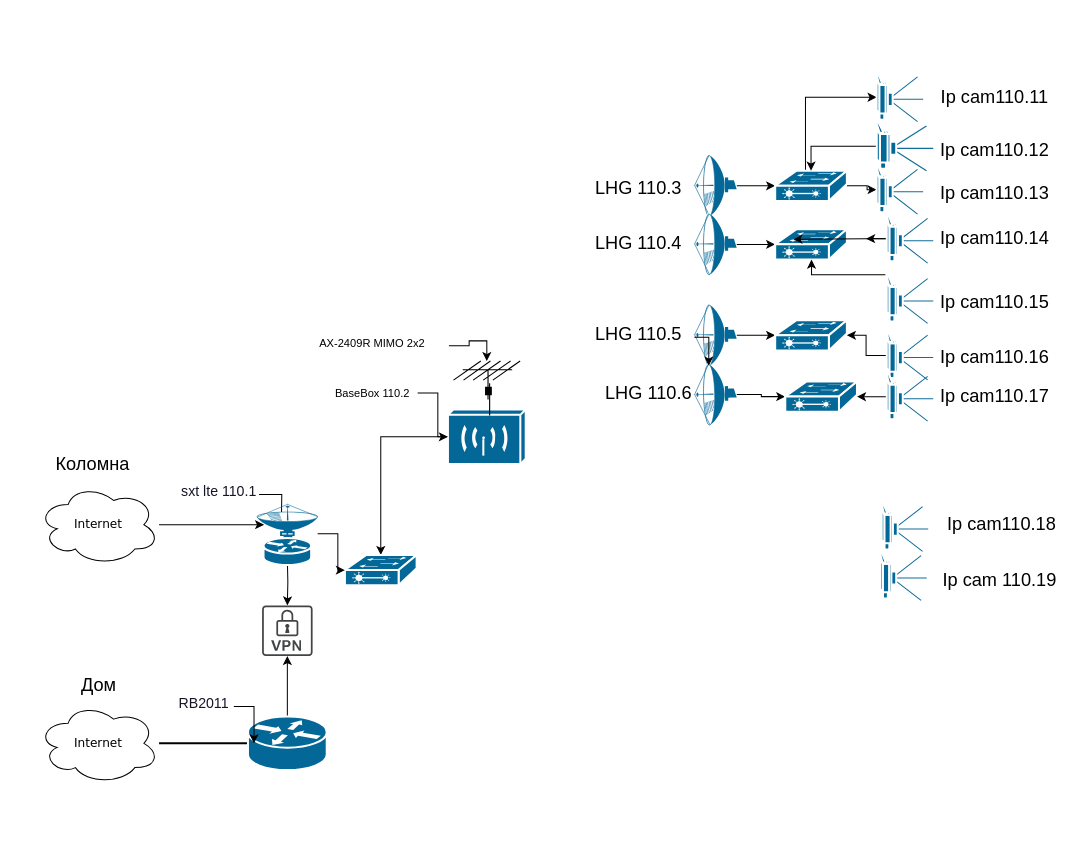
Above: sysadmin-08-net/Диаграмма без названия.drawio in khrom1/devops-netology (draw.io), before the change. Source tidied: cells renumbered, new cells numbered last; positions are measured from the earlier drawing's top-left corner, leaving out a move shared by most shapes. Both pictures are drawn from the tidied source at 101%, with x=0, y=0 at pixel (37, 72).
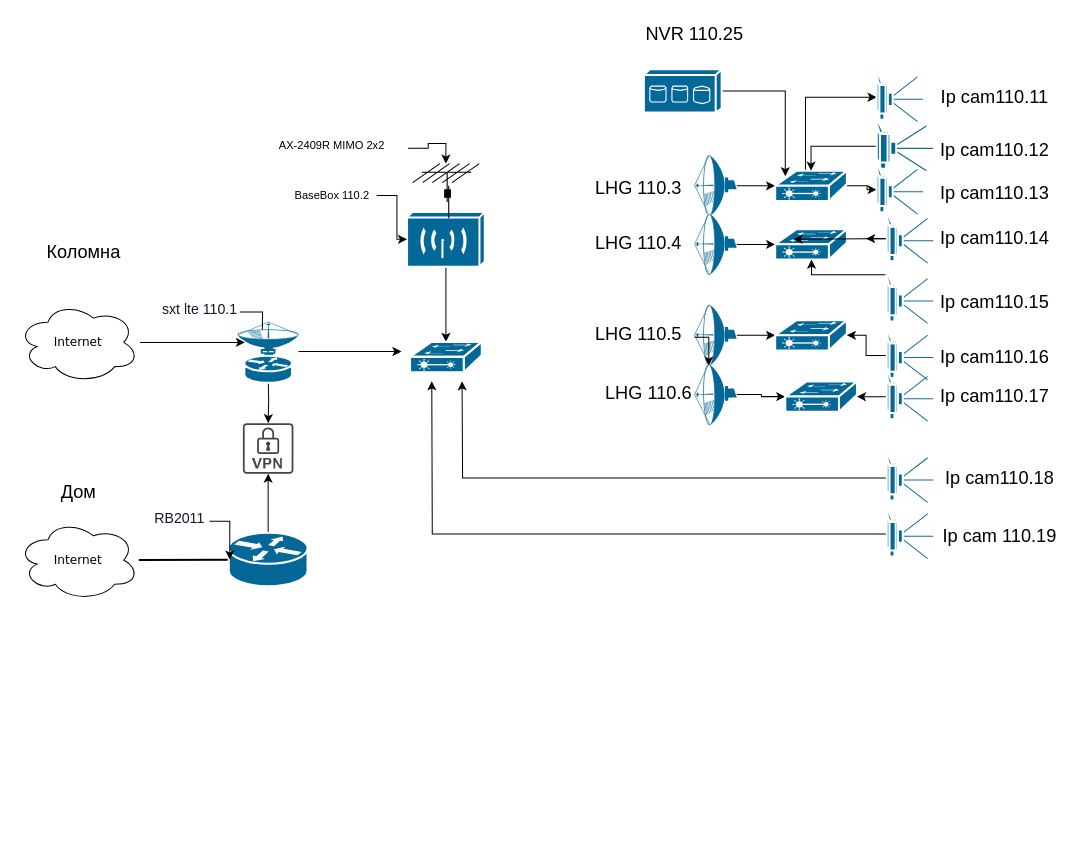
After the change.

Unchanged cells that the change refers to:
```xml
<mxCell id="38" style="shape=mxgraph.cisco.switches.layer_2_remote_switch;sketch=0;html=1;dashed=0;fillColor=#036897;strokeColor=#ffffff;strokeWidth=2;verticalLabelPosition=bottom;verticalAlign=top;align=center;outlineConnect=0;fontFamily=Helvetica;fontSize=11;fontColor=#000000;" parent="1" vertex="1">
  <mxGeometry x="730" y="97.5" width="71" height="30" as="geometry" />
</mxCell>
```

Change to the diagram source:
```diff
@@
     <mxCell id="2" value="Internet" style="ellipse;shape=cloud;whiteSpace=wrap;html=1;rounded=0;shadow=0;comic=0;strokeWidth=1;fontFamily=Verdana;fontSize=12;" parent="1" vertex="1">
-      <mxGeometry y="624.5" width="120" height="80" as="geometry" />
+      <mxGeometry x="-20" y="443" width="120" height="80" as="geometry" />
     </mxCell>
@@
     <mxCell id="5" value="&lt;p&gt;&lt;br&gt;&lt;/p&gt;&lt;p&gt;&lt;br&gt;&lt;/p&gt;" style="shape=mxgraph.cisco.routers.router;html=1;dashed=0;fillColor=#036897;strokeColor=#ffffff;strokeWidth=2;verticalLabelPosition=bottom;verticalAlign=top;rounded=0;shadow=0;comic=0;fontFamily=Verdana;fontSize=12;" parent="1" vertex="1">
-      <mxGeometry x="208" y="638" width="78" height="53" as="geometry" />
+      <mxGeometry x="189" y="456" width="78" height="53" as="geometry" />
     </mxCell>
@@
     <mxCell id="7" value="&lt;h1 class=&quot;Heading Heading_level_1 ProductHeader__title&quot; style=&quot;margin: 0px 0px 10px ; padding: 0px ; border: 0px ; outline: 0px ; font-weight: 400 ; font-family: &amp;#34;ptrootuiwebregular&amp;#34; ; line-height: 40px ; word-break: break-word ; color: rgb(21 , 21 , 40) ; background-color: rgb(255 , 255 , 255)&quot;&gt;&lt;font style=&quot;font-size: 14px&quot;&gt;RB2011&lt;/font&gt;&lt;/h1&gt;" style="text;html=1;align=center;verticalAlign=middle;points=[];strokeColor=none;fillColor=none;" parent="1" vertex="1">
-      <mxGeometry x="134" y="598" width="60" height="60" as="geometry" />
+      <mxGeometry x="110" y="414.5" width="60" height="60" as="geometry" />
     </mxCell>
     <mxCell id="8" style="sketch=0;shadow=0;dashed=0;html=1;strokeColor=none;fillColor=#434445;labelPosition=center;verticalLabelPosition=bottom;verticalAlign=top;align=center;outlineConnect=0;shape=mxgraph.vvd.vpn;fontSize=14;" parent="1" vertex="1">
-      <mxGeometry x="222" y="528" width="50" height="50" as="geometry" />
+      <mxGeometry x="203" y="347.5" width="50" height="50" as="geometry" />
     </mxCell>
     <mxCell id="9" style="edgeStyle=orthogonalEdgeStyle;rounded=0;jettySize=auto;html=1;fontSize=14;" parent="1" edge="1" target="8">
       <mxGeometry relative="1" as="geometry">
-        <mxPoint x="247" y="481" as="sourcePoint" />
+        <mxPoint x="228" y="300.5" as="sourcePoint" />
       </mxGeometry>
     </mxCell>
     <mxCell id="10" style="edgeStyle=orthogonalEdgeStyle;rounded=0;jettySize=auto;html=1;fontSize=14;entryX=0.423;entryY=0.453;entryDx=0;entryDy=0;entryPerimeter=0;" parent="1" edge="1" source="11">
       <mxGeometry relative="1" as="geometry">
-        <mxPoint x="241" y="452" as="targetPoint" />
+        <mxPoint x="222" y="271.5" as="targetPoint" />
       </mxGeometry>
     </mxCell>
     <mxCell id="11" value="&lt;h1 class=&quot;Heading Heading_level_1 ProductHeader__title&quot; style=&quot;margin: 0px 0px 10px ; padding: 0px ; border: 0px ; outline: 0px ; font-weight: 400 ; font-family: &amp;#34;ptrootuiwebregular&amp;#34; ; line-height: 40px ; word-break: break-word ; color: rgb(21 , 21 , 40) ; background-color: rgb(255 , 255 , 255)&quot;&gt;&lt;font style=&quot;font-size: 14px&quot;&gt;sxt lte 110.1&lt;/font&gt;&lt;/h1&gt;" style="text;html=1;align=center;verticalAlign=middle;points=[];strokeColor=none;fillColor=none;" parent="1" vertex="1">
-      <mxGeometry x="139" y="388" width="80" height="60" as="geometry" />
+      <mxGeometry x="120" y="207.5" width="80" height="60" as="geometry" />
     </mxCell>
-    <mxCell id="12" style="edgeStyle=orthogonalEdgeStyle;rounded=0;jettySize=auto;html=1;fontSize=14;" parent="1" edge="1" source="13">
+    <mxCell id="12" style="edgeStyle=orthogonalEdgeStyle;rounded=0;orthogonalLoop=1;jettySize=auto;html=1;fontSize=14;" parent="1" edge="1">
       <mxGeometry relative="1" as="geometry">
-        <mxPoint x="224" y="448" as="targetPoint" />
+        <mxPoint x="101" y="267.5" as="sourcePoint" />
+        <mxPoint x="205" y="267.5" as="targetPoint" />
       </mxGeometry>
     </mxCell>
     <mxCell id="13" value="Internet" style="ellipse;shape=cloud;whiteSpace=wrap;html=1;rounded=0;shadow=0;comic=0;strokeWidth=1;fontFamily=Verdana;fontSize=12;" parent="1" vertex="1">
-      <mxGeometry y="408" width="120" height="80" as="geometry" />
+      <mxGeometry x="-20" y="227.5" width="120" height="80" as="geometry" />
     </mxCell>
@@
     <mxCell id="15" style="shape=mxgraph.cisco.wireless.wireless_transport;sketch=0;html=1;dashed=0;fillColor=#036897;strokeColor=#ffffff;strokeWidth=2;verticalLabelPosition=bottom;verticalAlign=top;align=center;outlineConnect=0;fontSize=14;" parent="1" vertex="1">
-      <mxGeometry x="406" y="334" width="77" height="54" as="geometry" />
+      <mxGeometry x="365.5" y="138.5" width="77" height="54" as="geometry" />
     </mxCell>
     <mxCell id="16" style="shape=mxgraph.cisco.wireless.antenna;sketch=0;html=1;dashed=0;fillColor=#036897;strokeColor=#ffffff;strokeWidth=2;verticalLabelPosition=bottom;verticalAlign=top;align=center;outlineConnect=0;fontSize=14;" parent="1" vertex="1">
-      <mxGeometry x="411.5" y="286" width="66" height="54" as="geometry" />
+      <mxGeometry x="371" y="90.5" width="66" height="54" as="geometry" />
     </mxCell>
     <mxCell id="17" value="&lt;h1 class=&quot;Heading Heading_level_1 ProductHeader__title&quot; style=&quot;margin: 0px 0px 10px ; padding: 0px ; border: 0px ; outline: 0px ; font-weight: 400 ; line-height: 40px ; word-break: break-word ; background-color: rgb(255 , 255 , 255)&quot;&gt;&lt;sub&gt;&lt;font style=&quot;font-size: 11px&quot;&gt;BaseBox 110.2&lt;/font&gt;&lt;/sub&gt;&lt;br&gt;&lt;/h1&gt;" style="text;html=1;align=center;verticalAlign=middle;points=[];strokeColor=none;fillColor=none;" parent="1" vertex="1">
-      <mxGeometry x="286" y="282.5" width="90" height="70" as="geometry" />
+      <mxGeometry x="245.5" y="87" width="90" height="70" as="geometry" />
     </mxCell>
@@
     <mxCell id="20" value="AX-2409R MIMO 2x2" style="text;whiteSpace=wrap;html=1;fontSize=11;fontFamily=Helvetica;fontColor=#000000;" parent="1" vertex="1">
-      <mxGeometry x="277" y="255.8" width="130" height="30" as="geometry" />
+      <mxGeometry x="236.5" y="60.2" width="130" height="30" as="geometry" />
     </mxCell>
     <mxCell id="21" style="shape=mxgraph.cisco.switches.layer_2_remote_switch;sketch=0;html=1;dashed=0;fillColor=#036897;strokeColor=#ffffff;strokeWidth=2;verticalLabelPosition=bottom;verticalAlign=top;align=center;outlineConnect=0;fontFamily=Helvetica;fontSize=11;fontColor=#000000;" parent="1" vertex="1">
-      <mxGeometry x="304" y="478" width="71" height="30" as="geometry" />
+      <mxGeometry x="368.5" y="267" width="71" height="30" as="geometry" />
     </mxCell>
-    <mxCell id="22" style="edgeStyle=orthogonalEdgeStyle;rounded=0;jettySize=auto;html=1;fontFamily=Helvetica;fontSize=11;fontColor=#000000;" parent="1" edge="1" source="23" target="21">
-      <mxGeometry relative="1" as="geometry">
-        <Array as="points">
-          <mxPoint x="297" y="457" />
-        </Array>
-      </mxGeometry>
-    </mxCell>
+    <mxCell id="69" style="edgeStyle=orthogonalEdgeStyle;rounded=0;jettySize=auto;html=1;fontFamily=Helvetica;fontSize=18;fontColor=#000000;" parent="1" edge="1" source="23">
+      <mxGeometry relative="1" as="geometry">
+        <mxPoint x="360" y="276.5" as="targetPoint" />
+      </mxGeometry>
+    </mxCell>
     <mxCell id="23" style="shape=mxgraph.cisco.wireless.ground_terminal;sketch=0;html=1;dashed=0;fillColor=#036897;strokeColor=#ffffff;strokeWidth=2;verticalLabelPosition=bottom;verticalAlign=top;align=center;outlineConnect=0;fontFamily=Helvetica;fontSize=11;fontColor=#000000;" parent="1" vertex="1">
-      <mxGeometry x="217" y="426" width="60" height="62" as="geometry" />
+      <mxGeometry x="198" y="245.5" width="60" height="62" as="geometry" />
     </mxCell>
+    <mxCell id="70" style="edgeStyle=orthogonalEdgeStyle;rounded=0;jettySize=auto;html=1;fontFamily=Helvetica;fontSize=18;fontColor=#000000;" parent="1" edge="1" source="24">
+      <mxGeometry relative="1" as="geometry">
+        <mxPoint x="390" y="306" as="targetPoint" />
+      </mxGeometry>
+    </mxCell>
     <mxCell id="24" style="shape=mxgraph.cisco.computers_and_peripherals.video_camera;sketch=0;html=1;dashed=0;fillColor=#036897;strokeColor=#ffffff;strokeWidth=2;verticalLabelPosition=bottom;verticalAlign=top;align=center;outlineConnect=0;fontFamily=Helvetica;fontSize=11;fontColor=#000000;direction=north;" parent="1" vertex="1">
-      <mxGeometry x="833.5" y="474.5" width="46.5" height="48.5" as="geometry" />
+      <mxGeometry x="840" y="433" width="46.5" height="48.5" as="geometry" />
     </mxCell>
     <mxCell id="25" value="&lt;font style=&quot;font-size: 18px&quot;&gt;Дом&lt;/font&gt;" style="text;html=1;align=center;verticalAlign=middle;strokeColor=none;fillColor=none;fontSize=11;fontFamily=Helvetica;fontColor=#000000;" parent="1" vertex="1">
-      <mxGeometry x="35" y="597" width="50" height="20" as="geometry" />
+      <mxGeometry x="15" y="406" width="50" height="20" as="geometry" />
     </mxCell>
     <mxCell id="26" value="Коломна" style="text;html=1;align=center;verticalAlign=middle;strokeColor=none;fillColor=none;fontSize=18;fontFamily=Helvetica;fontColor=#000000;" parent="1" vertex="1">
-      <mxGeometry x="9" y="373" width="90" height="30" as="geometry" />
+      <mxGeometry y="162.5" width="90" height="30" as="geometry" />
     </mxCell>
     <mxCell id="27" value="Ip cam 110.19" style="text;html=1;align=center;verticalAlign=middle;strokeColor=none;fillColor=none;fontSize=18;fontFamily=Helvetica;fontColor=#000000;" parent="1" vertex="1">
-      <mxGeometry x="886.5" y="488" width="130" height="30" as="geometry" />
+      <mxGeometry x="886.5" y="444.5" width="130" height="30" as="geometry" />
     </mxCell>
@@
+    <mxCell id="71" style="edgeStyle=orthogonalEdgeStyle;rounded=0;jettySize=auto;html=1;fontFamily=Helvetica;fontSize=18;fontColor=#000000;" parent="1" edge="1" source="58">
+      <mxGeometry relative="1" as="geometry">
+        <mxPoint x="420" y="306" as="targetPoint" />
+      </mxGeometry>
+    </mxCell>
     <mxCell id="58" style="shape=mxgraph.cisco.computers_and_peripherals.video_camera;sketch=0;html=1;dashed=0;fillColor=#036897;strokeColor=#ffffff;strokeWidth=2;verticalLabelPosition=bottom;verticalAlign=top;align=center;outlineConnect=0;fontFamily=Helvetica;fontSize=11;fontColor=#000000;direction=north;" parent="1" vertex="1">
-      <mxGeometry x="835" y="426" width="46.5" height="48.5" as="geometry" />
+      <mxGeometry x="840" y="377.5" width="46.5" height="48.5" as="geometry" />
     </mxCell>
@@
     <mxCell id="61" value="Ip cam110.18" style="text;html=1;align=center;verticalAlign=middle;strokeColor=none;fillColor=none;fontSize=18;fontFamily=Helvetica;fontColor=#000000;" parent="1" vertex="1">
-      <mxGeometry x="893.5" y="433" width="120" height="30" as="geometry" />
+      <mxGeometry x="891.5" y="386.8" width="120" height="30" as="geometry" />
     </mxCell>
@@
+    <mxCell id="72" style="edgeStyle=orthogonalEdgeStyle;rounded=0;jettySize=auto;html=1;entryX=0.141;entryY=0.183;entryDx=0;entryDy=0;entryPerimeter=0;fontFamily=Helvetica;fontSize=18;fontColor=#000000;" parent="1" edge="1" source="73" target="38">
+      <mxGeometry relative="1" as="geometry" />
+    </mxCell>
+    <mxCell id="73" style="shape=mxgraph.cisco.storage.fc_storage;sketch=0;html=1;dashed=0;fillColor=#036897;strokeColor=#ffffff;strokeWidth=2;verticalLabelPosition=bottom;verticalAlign=top;align=center;outlineConnect=0;fontFamily=Helvetica;fontSize=18;fontColor=#000000;" parent="1" vertex="1">
+      <mxGeometry x="600" y="-3" width="77" height="43" as="geometry" />
+    </mxCell>
+    <mxCell id="74" value="NVR 110.25" style="text;whiteSpace=wrap;html=1;fontSize=18;fontFamily=Helvetica;fontColor=#000000;" parent="1" vertex="1">
+      <mxGeometry x="600" y="-54" width="110" height="40" as="geometry" />
+    </mxCell>
```
